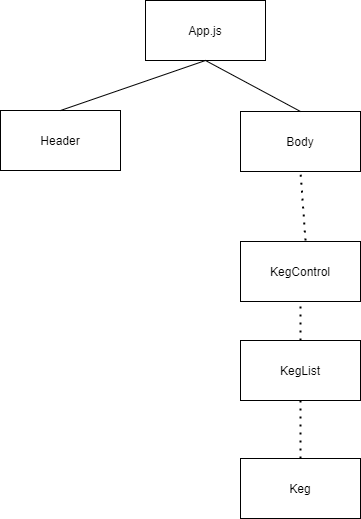
Before: public/diagram.png, a diagram exported from draw.io (ajmarkow/brewpub). Source tidied: cells renumbered, new cells last; positions are measured from the earlier drawing's top-left corner, leaving out a move shared by most shapes. Its diagram source:
```xml
<mxGraphModel>
  <root>
    <mxCell id="0" />
    <mxCell id="1" parent="0" />
    <mxCell id="2" value="KegList" style="rounded=0;whiteSpace=wrap;html=1;" parent="1" vertex="1">
      <mxGeometry x="240" y="340" width="120" height="60" as="geometry" />
    </mxCell>
    <mxCell id="3" value="Keg" style="rounded=0;whiteSpace=wrap;html=1;" parent="1" vertex="1">
      <mxGeometry x="240" y="458" width="120" height="60" as="geometry" />
    </mxCell>
    <mxCell id="4" value="App.js&lt;br&gt;" style="rounded=0;whiteSpace=wrap;html=1;" parent="1" vertex="1">
      <mxGeometry x="145" width="120" height="60" as="geometry" />
    </mxCell>
    <mxCell id="5" value="Header" style="rounded=0;whiteSpace=wrap;html=1;" parent="1" vertex="1">
      <mxGeometry y="110" width="120" height="60" as="geometry" />
    </mxCell>
    <mxCell id="6" value="Body" style="rounded=0;whiteSpace=wrap;html=1;" parent="1" vertex="1">
      <mxGeometry x="240" y="111" width="120" height="60" as="geometry" />
    </mxCell>
    <mxCell id="7" value="KegControl&lt;br&gt;" style="rounded=0;whiteSpace=wrap;html=1;" parent="1" vertex="1">
      <mxGeometry x="240" y="241" width="120" height="60" as="geometry" />
    </mxCell>
    <mxCell id="8" style="endArrow=none;dashed=1;html=1;dashPattern=1 3;strokeWidth=2;entryX=0.5;entryY=1;entryDx=0;entryDy=0;" parent="1" edge="1">
      <mxGeometry relative="1" as="geometry">
        <mxPoint x="300" y="340" as="sourcePoint" />
        <mxPoint x="300" y="302" as="targetPoint" />
      </mxGeometry>
    </mxCell>
    <mxCell id="9" style="endArrow=none;dashed=1;html=1;dashPattern=1 3;strokeWidth=2;exitX=0.5;exitY=1;exitDx=0;exitDy=0;" parent="1" edge="1" source="2">
      <mxGeometry relative="1" as="geometry">
        <mxPoint x="300" y="460" as="targetPoint" />
      </mxGeometry>
    </mxCell>
    <mxCell id="10" style="endArrow=none;dashed=1;html=1;dashPattern=1 3;strokeWidth=2;entryX=0.5;entryY=1;entryDx=0;entryDy=0;" parent="1" edge="1" target="6">
      <mxGeometry relative="1" as="geometry">
        <mxPoint x="305" y="240" as="sourcePoint" />
      </mxGeometry>
    </mxCell>
    <mxCell id="11" style="endArrow=none;html=1;exitX=0.5;exitY=0;exitDx=0;exitDy=0;entryX=0.5;entryY=1;entryDx=0;entryDy=0;" parent="1" edge="1" source="6" target="4">
      <mxGeometry relative="1" as="geometry" />
    </mxCell>
    <mxCell id="12" style="endArrow=none;html=1;entryX=0.5;entryY=1;entryDx=0;entryDy=0;exitX=0.5;exitY=0;exitDx=0;exitDy=0;" parent="1" edge="1" source="5" target="4">
      <mxGeometry relative="1" as="geometry" />
    </mxCell>
  </root>
</mxGraphModel>
```
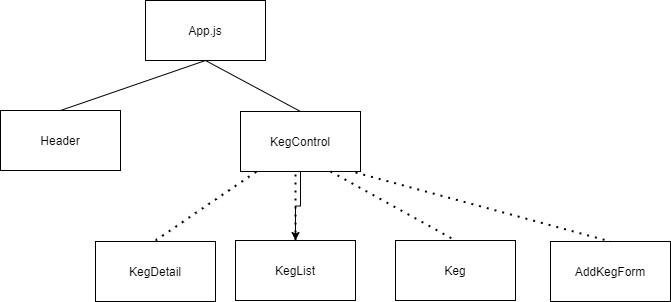
Above is the later version.

Commit message:
Update diagram to what looks like correct parent-child relationships

Diff of the diagram source:
```diff
@@ -3,10 +3,10 @@
     <mxCell id="0" />
     <mxCell id="1" parent="0" />
     <mxCell id="2" value="KegList" style="rounded=0;whiteSpace=wrap;html=1;" parent="1" vertex="1">
-      <mxGeometry x="240" y="340" width="120" height="60" as="geometry" />
+      <mxGeometry x="235" y="240" width="120" height="60" as="geometry" />
     </mxCell>
     <mxCell id="3" value="Keg" style="rounded=0;whiteSpace=wrap;html=1;" parent="1" vertex="1">
-      <mxGeometry x="240" y="458" width="120" height="60" as="geometry" />
+      <mxGeometry x="395" y="240" width="120" height="60" as="geometry" />
     </mxCell>
     <mxCell id="4" value="App.js&lt;br&gt;" style="rounded=0;whiteSpace=wrap;html=1;" parent="1" vertex="1">
       <mxGeometry x="145" width="120" height="60" as="geometry" />
@@ -14,26 +14,31 @@
     <mxCell id="5" value="Header" style="rounded=0;whiteSpace=wrap;html=1;" parent="1" vertex="1">
       <mxGeometry y="110" width="120" height="60" as="geometry" />
     </mxCell>
+    <mxCell id="13" style="edgeStyle=orthogonalEdgeStyle;rounded=0;jettySize=auto;html=1;exitX=0.75;exitY=1;exitDx=0;exitDy=0;" parent="1" edge="1" source="6">
+      <mxGeometry relative="1" as="geometry">
+        <mxPoint x="330" y="171" as="targetPoint" />
+      </mxGeometry>
+    </mxCell>
+    <mxCell id="14" style="edgeStyle=orthogonalEdgeStyle;rounded=0;jettySize=auto;html=1;" parent="1" edge="1" source="6" target="2">
+      <mxGeometry relative="1" as="geometry" />
+    </mxCell>
-    <mxCell id="6" value="Body" style="rounded=0;whiteSpace=wrap;html=1;" parent="1" vertex="1">
+    <mxCell id="6" value="KegControl" style="rounded=0;whiteSpace=wrap;html=1;" parent="1" vertex="1">
       <mxGeometry x="240" y="111" width="120" height="60" as="geometry" />
     </mxCell>
-    <mxCell id="7" value="KegControl&lt;br&gt;" style="rounded=0;whiteSpace=wrap;html=1;" parent="1" vertex="1">
-      <mxGeometry x="240" y="241" width="120" height="60" as="geometry" />
+    <mxCell id="7" value="KegDetail" style="rounded=0;whiteSpace=wrap;html=1;" parent="1" vertex="1">
+      <mxGeometry x="95" y="241" width="120" height="60" as="geometry" />
     </mxCell>
-    <mxCell id="8" style="endArrow=none;dashed=1;html=1;dashPattern=1 3;strokeWidth=2;entryX=0.5;entryY=1;entryDx=0;entryDy=0;" parent="1" edge="1">
+    <mxCell id="8" style="endArrow=none;dashed=1;html=1;dashPattern=1 3;strokeWidth=2;exitX=0.5;exitY=0;exitDx=0;exitDy=0;" parent="1" edge="1" source="2">
       <mxGeometry relative="1" as="geometry">
-        <mxPoint x="300" y="340" as="sourcePoint" />
-        <mxPoint x="300" y="302" as="targetPoint" />
+        <mxPoint x="295" y="171" as="targetPoint" />
       </mxGeometry>
     </mxCell>
-    <mxCell id="9" style="endArrow=none;dashed=1;html=1;dashPattern=1 3;strokeWidth=2;exitX=0.5;exitY=1;exitDx=0;exitDy=0;" parent="1" edge="1" source="2">
-      <mxGeometry relative="1" as="geometry">
-        <mxPoint x="300" y="460" as="targetPoint" />
-      </mxGeometry>
+    <mxCell id="9" style="endArrow=none;dashed=1;html=1;dashPattern=1 3;strokeWidth=2;exitX=0.75;exitY=1;exitDx=0;exitDy=0;entryX=0.5;entryY=0;entryDx=0;entryDy=0;" parent="1" edge="1" source="6" target="3">
+      <mxGeometry relative="1" as="geometry" />
     </mxCell>
-    <mxCell id="10" style="endArrow=none;dashed=1;html=1;dashPattern=1 3;strokeWidth=2;entryX=0.5;entryY=1;entryDx=0;entryDy=0;" parent="1" edge="1" target="6">
+    <mxCell id="10" style="endArrow=none;dashed=1;html=1;dashPattern=1 3;strokeWidth=2;" parent="1" edge="1" target="6">
       <mxGeometry relative="1" as="geometry">
-        <mxPoint x="305" y="240" as="sourcePoint" />
+        <mxPoint x="155" y="240" as="sourcePoint" />
       </mxGeometry>
     </mxCell>
     <mxCell id="11" style="endArrow=none;html=1;exitX=0.5;exitY=0;exitDx=0;exitDy=0;entryX=0.5;entryY=1;entryDx=0;entryDy=0;" parent="1" edge="1" source="6" target="4">
@@ -42,5 +47,13 @@
     <mxCell id="12" style="endArrow=none;html=1;entryX=0.5;entryY=1;entryDx=0;entryDy=0;exitX=0.5;exitY=0;exitDx=0;exitDy=0;" parent="1" edge="1" source="5" target="4">
       <mxGeometry relative="1" as="geometry" />
     </mxCell>
+    <mxCell id="15" value="AddKegForm" style="rounded=0;whiteSpace=wrap;html=1;" parent="1" vertex="1">
+      <mxGeometry x="550" y="241" width="120" height="60" as="geometry" />
+    </mxCell>
+    <mxCell id="16" style="endArrow=none;dashed=1;html=1;dashPattern=1 3;strokeWidth=2;entryX=0.5;entryY=0;entryDx=0;entryDy=0;" parent="1" edge="1" target="15">
+      <mxGeometry relative="1" as="geometry">
+        <mxPoint x="355" y="172" as="sourcePoint" />
+      </mxGeometry>
+    </mxCell>
   </root>
 </mxGraphModel>
```
